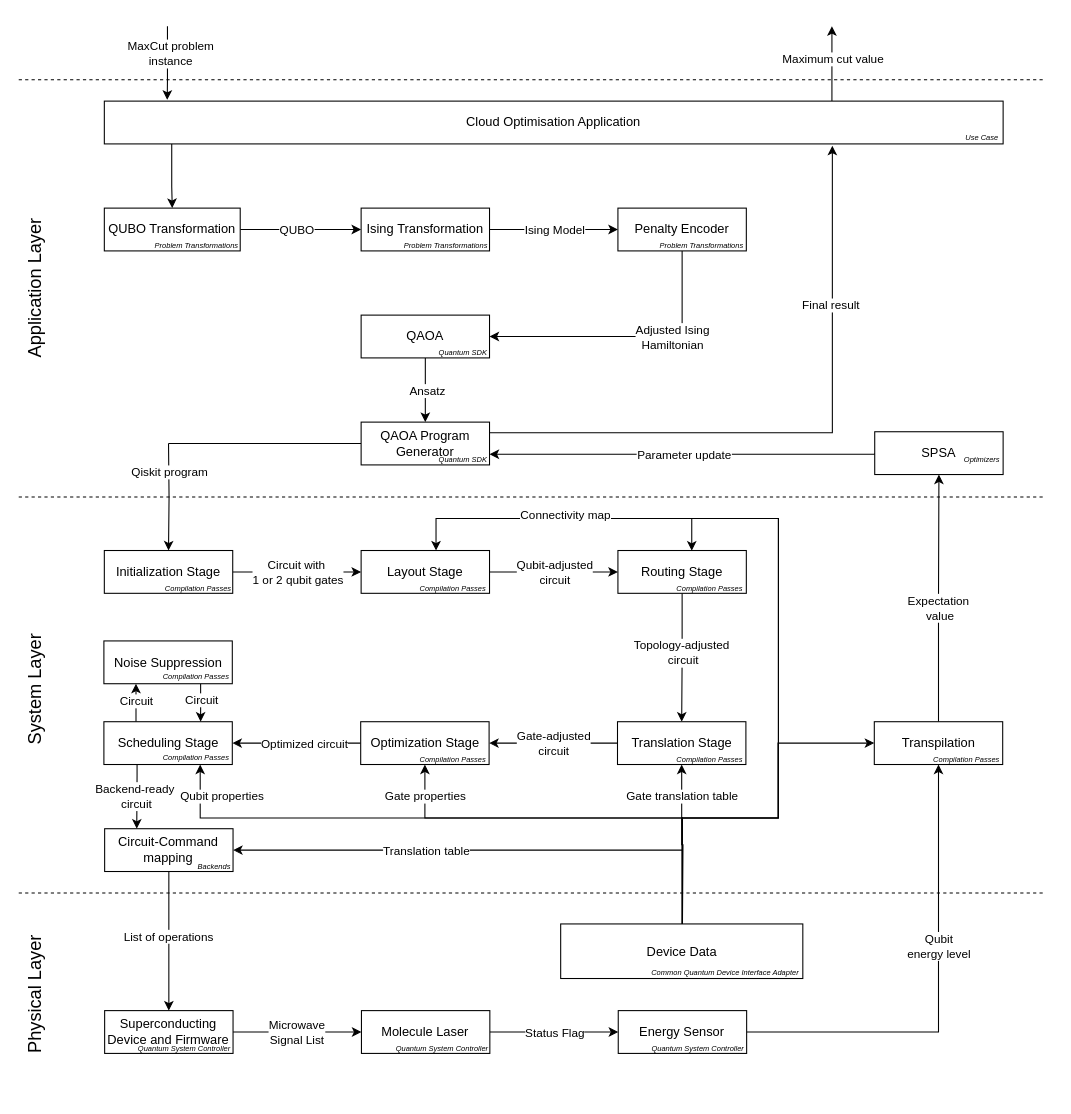
Above: page "scenario2" (2 of 4) of docs/scenario-based-analysis/images/scenarios.drawio in FullStaQD/architecture (draw.io), before the change. Source tidied: cells renumbered, new cells numbered last; positions are measured from the earlier drawing's top-left corner, leaving out a move shared by most shapes. Both pictures are drawn from the tidied source at 107%, with x=0, y=0 at pixel (-57, 26).
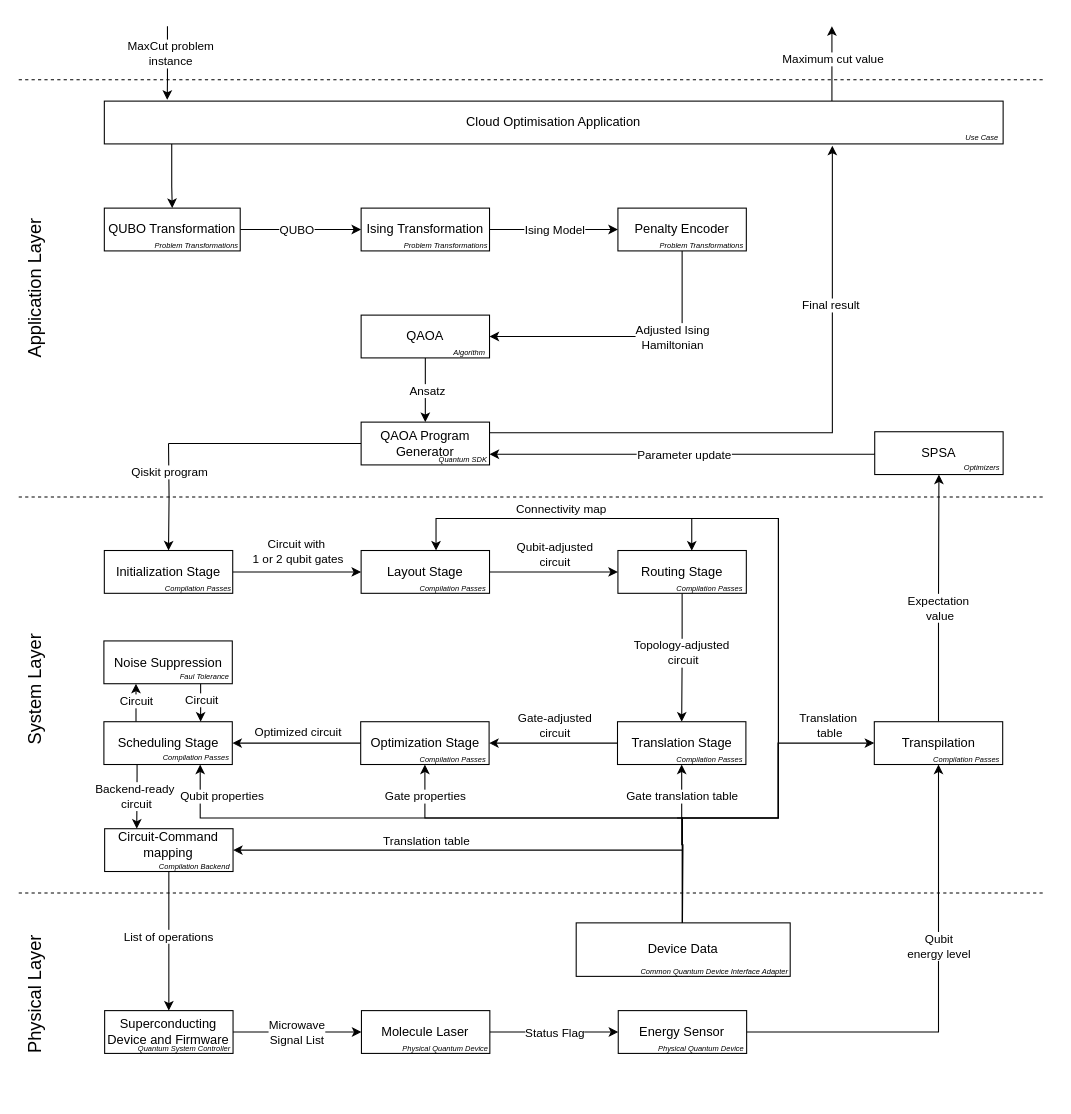
After the change.

The change refers to these unchanged cells:
```xml
<mxCell id="25" style="edgeStyle=orthogonalEdgeStyle;rounded=0;jettySize=auto;html=1;entryX=0;entryY=0.5;entryDx=0;entryDy=0;" parent="1" edge="1" source="27" target="24">
  <mxGeometry relative="1" as="geometry" />
</mxCell>
<mxCell id="28" style="edgeStyle=orthogonalEdgeStyle;rounded=0;jettySize=auto;html=1;entryX=0;entryY=0.5;entryDx=0;entryDy=0;" parent="1" edge="1" source="30" target="27">
  <mxGeometry relative="1" as="geometry" />
</mxCell>
<mxCell id="31" style="edgeStyle=orthogonalEdgeStyle;rounded=0;jettySize=auto;html=1;entryX=1;entryY=0.5;entryDx=0;entryDy=0;" parent="1" edge="1" source="33" target="36">
  <mxGeometry relative="1" as="geometry" />
</mxCell>
<mxCell id="34" style="edgeStyle=orthogonalEdgeStyle;rounded=0;jettySize=auto;html=1;entryX=1;entryY=0.5;entryDx=0;entryDy=0;" parent="1" edge="1" source="36" target="41">
  <mxGeometry relative="1" as="geometry" />
</mxCell>
<mxCell id="61" style="edgeStyle=orthogonalEdgeStyle;rounded=0;jettySize=auto;html=1;entryX=1;entryY=0.5;entryDx=0;entryDy=0;" parent="1" edge="1" target="80">
  <mxGeometry relative="1" as="geometry">
    <mxPoint x="690.3" y="840" as="sourcePoint" />
    <Array as="points">
      <mxPoint x="690.6" y="770" />
    </Array>
  </mxGeometry>
</mxCell>
<mxCell id="68" style="edgeStyle=orthogonalEdgeStyle;rounded=0;jettySize=auto;html=1;entryX=0.575;entryY=0.005;entryDx=0;entryDy=0;entryPerimeter=0;" parent="1" edge="1" target="24">
  <mxGeometry relative="1" as="geometry">
    <mxPoint x="690.3" y="840" as="sourcePoint" />
    <Array as="points">
      <mxPoint x="690" y="740" />
      <mxPoint x="780" y="740" />
      <mxPoint x="780" y="460" />
      <mxPoint x="699" y="460" />
    </Array>
  </mxGeometry>
</mxCell>
```

Diff of the diagram source:
```diff
@@
     <mxCell id="26" value="Qubit-adjusted&lt;div&gt;circuit&lt;/div&gt;" style="edgeLabel;html=1;align=center;verticalAlign=middle;" parent="25" vertex="1">
       <mxGeometry x="-0.17" relative="1" as="geometry">
-        <mxPoint x="10" as="offset" />
+        <mxPoint x="10" y="-17" as="offset" />
       </mxGeometry>
     </mxCell>
@@
     <mxCell id="29" value="Circuit with&amp;nbsp;&lt;div&gt;1 or 2 qubit gates&lt;/div&gt;" style="edgeLabel;html=1;align=center;verticalAlign=middle;" parent="28" vertex="1">
       <mxGeometry x="0.11" y="-3" relative="1" as="geometry">
-        <mxPoint x="-7" y="-3" as="offset" />
+        <mxPoint x="-7" y="-23" as="offset" />
       </mxGeometry>
     </mxCell>
@@
     <mxCell id="32" value="Gate-adjusted&lt;div&gt;circuit&lt;/div&gt;" style="edgeLabel;html=1;align=center;verticalAlign=middle;" parent="31" vertex="1">
       <mxGeometry x="0.17" y="4" relative="1" as="geometry">
-        <mxPoint x="10" y="-4" as="offset" />
+        <mxPoint x="11" y="-21" as="offset" />
       </mxGeometry>
     </mxCell>
@@
     <mxCell id="35" value="Optimized circuit" style="edgeLabel;html=1;align=center;verticalAlign=middle;" parent="34" vertex="1">
       <mxGeometry x="-0.11" y="1" relative="1" as="geometry">
-        <mxPoint y="-1" as="offset" />
+        <mxPoint x="-6" y="-12" as="offset" />
       </mxGeometry>
     </mxCell>
@@
     <mxCell id="55" style="edgeStyle=orthogonalEdgeStyle;rounded=0;orthogonalLoop=1;jettySize=auto;html=1;entryX=0.5;entryY=0;entryDx=0;entryDy=0;" parent="1" edge="1">
       <mxGeometry relative="1" as="geometry">
-        <mxPoint x="690" y="839.8" as="sourcePoint" />
+        <mxPoint x="685.3" y="740" as="sourcePoint" />
         <mxPoint x="460" y="490" as="targetPoint" />
         <Array as="points">
-          <mxPoint x="690" y="840" />
           <mxPoint x="690" y="740" />
           <mxPoint x="780" y="740" />
           <mxPoint x="780" y="460" />
           <mxPoint x="460" y="460" />
         </Array>
       </mxGeometry>
     </mxCell>
@@
     <mxCell id="62" value="Translation table" style="edgeLabel;html=1;align=center;verticalAlign=middle;" parent="61" vertex="1">
       <mxGeometry x="0.33" y="-2" relative="1" as="geometry">
-        <mxPoint x="16" y="2" as="offset" />
+        <mxPoint x="16" y="-7" as="offset" />
       </mxGeometry>
     </mxCell>
@@
     <mxCell id="69" value="Connectivity map" style="edgeLabel;html=1;align=center;verticalAlign=middle;" parent="68" vertex="1">
       <mxGeometry x="0.93" y="1" relative="1" as="geometry">
-        <mxPoint x="-120" y="-14" as="offset" />
+        <mxPoint x="-124" y="-20" as="offset" />
       </mxGeometry>
     </mxCell>
@@
-    <mxCell id="80" value="Circuit-Command&lt;div&gt;mapping&lt;/div&gt;" style="rounded=0;whiteSpace=wrap;html=1;" parent="1" vertex="1">
+    <mxCell id="80" style="rounded=0;whiteSpace=wrap;html=1;align=center;" parent="1" vertex="1">
       <mxGeometry x="150.3" y="750" width="120" height="40" as="geometry" />
     </mxCell>
@@
-    <mxCell id="89" value="&lt;i&gt;&lt;font style=&quot;font-size: 7px;&quot;&gt;Quantum SDK&lt;/font&gt;&lt;/i&gt;" style="text;html=1;whiteSpace=wrap;strokeColor=none;fillColor=none;align=center;verticalAlign=middle;rounded=0;" parent="1" vertex="1">
-      <mxGeometry x="428" y="296" width="114.7" height="16" as="geometry" />
+    <mxCell id="89" value="&lt;i&gt;&lt;font style=&quot;font-size: 7px;&quot;&gt;Algorithm&lt;/font&gt;&lt;/i&gt;" style="text;html=1;whiteSpace=wrap;strokeColor=none;fillColor=none;align=center;verticalAlign=middle;rounded=0;" parent="1" vertex="1">
+      <mxGeometry x="434" y="296" width="114.7" height="16" as="geometry" />
     </mxCell>
@@
     <mxCell id="91" value="&lt;i&gt;&lt;font style=&quot;font-size: 7px;&quot;&gt;Optimizers&lt;/font&gt;&lt;/i&gt;" style="text;html=1;whiteSpace=wrap;strokeColor=none;fillColor=none;align=center;verticalAlign=middle;rounded=0;" parent="1" vertex="1">
-      <mxGeometry x="913.1" y="396" width="114.7" height="16" as="geometry" />
+      <mxGeometry x="913.1" y="403" width="114.7" height="16" as="geometry" />
     </mxCell>
@@
-    <mxCell id="98" value="&lt;font style=&quot;font-size: 7px;&quot;&gt;&lt;i&gt;Compilation Passes&lt;/i&gt;&lt;/font&gt;" style="text;html=1;whiteSpace=wrap;strokeColor=none;fillColor=none;align=center;verticalAlign=middle;rounded=0;" parent="1" vertex="1">
-      <mxGeometry x="201.6" y="592" width="68" height="30" as="geometry" />
+    <mxCell id="98" value="&lt;font style=&quot;font-size: 7px;&quot;&gt;&lt;i&gt;Faul Tolerance&lt;/i&gt;&lt;/font&gt;" style="text;html=1;whiteSpace=wrap;strokeColor=none;fillColor=none;align=center;verticalAlign=middle;rounded=0;" parent="1" vertex="1">
+      <mxGeometry x="210" y="592" width="68" height="30" as="geometry" />
     </mxCell>
-    <mxCell id="99" value="&lt;font style=&quot;font-size: 7px;&quot;&gt;&lt;i&gt;Backends&lt;/i&gt;&lt;/font&gt;" style="text;html=1;whiteSpace=wrap;strokeColor=none;fillColor=none;align=center;verticalAlign=middle;rounded=0;" parent="1" vertex="1">
-      <mxGeometry x="219" y="769" width="68" height="30" as="geometry" />
+    <mxCell id="99" value="&lt;font style=&quot;font-size: 7px;&quot;&gt;&lt;i&gt;Compilation Backend&lt;/i&gt;&lt;/font&gt;" style="text;html=1;whiteSpace=wrap;strokeColor=none;fillColor=none;align=center;verticalAlign=middle;rounded=0;" parent="1" vertex="1">
+      <mxGeometry x="182" y="769" width="105" height="30" as="geometry" />
     </mxCell>
@@
-    <mxCell id="101" value="&lt;font style=&quot;font-size: 7px;&quot;&gt;&lt;i&gt;Quantum System Controller&lt;/i&gt;&lt;/font&gt;" style="text;html=1;whiteSpace=wrap;strokeColor=none;fillColor=none;align=center;verticalAlign=middle;rounded=0;" parent="1" vertex="1">
-      <mxGeometry x="404" y="939" width="124" height="30" as="geometry" />
+    <mxCell id="101" value="&lt;i style=&quot;font-size: 7px;&quot;&gt;Physical Quantum Device&lt;/i&gt;" style="text;html=1;whiteSpace=wrap;strokeColor=none;fillColor=none;align=center;verticalAlign=middle;rounded=0;" parent="1" vertex="1">
+      <mxGeometry x="407.4" y="939" width="124" height="30" as="geometry" />
     </mxCell>
-    <mxCell id="102" value="&lt;font style=&quot;font-size: 7px;&quot;&gt;&lt;i&gt;Quantum System Controller&lt;/i&gt;&lt;/font&gt;" style="text;html=1;whiteSpace=wrap;strokeColor=none;fillColor=none;align=center;verticalAlign=middle;rounded=0;" parent="1" vertex="1">
-      <mxGeometry x="643" y="939" width="124" height="30" as="geometry" />
+    <mxCell id="102" value="&lt;i style=&quot;font-size: 7px;&quot;&gt;Physical Quantum Device&lt;/i&gt;" style="text;html=1;whiteSpace=wrap;strokeColor=none;fillColor=none;align=center;verticalAlign=middle;rounded=0;" parent="1" vertex="1">
+      <mxGeometry x="646.4" y="939" width="124" height="30" as="geometry" />
     </mxCell>
+    <mxCell id="105" value="&lt;font style=&quot;font-size: 7px;&quot;&gt;&lt;i&gt;Compilation Passes&lt;/i&gt;&lt;/font&gt;" style="text;html=1;whiteSpace=wrap;strokeColor=none;fillColor=none;align=center;verticalAlign=middle;rounded=0;" parent="1" vertex="1">
+      <mxGeometry x="922" y="669" width="68" height="30" as="geometry" />
+    </mxCell>
+    <mxCell id="106" value="&lt;font&gt;Circuit-Command&lt;/font&gt;&lt;div&gt;&lt;font&gt;mapping&lt;/font&gt;&lt;/div&gt;" style="text;html=1;whiteSpace=wrap;strokeColor=none;fillColor=none;align=center;verticalAlign=middle;rounded=0;" parent="1" vertex="1">
+      <mxGeometry x="154.3" y="750" width="112" height="30" as="geometry" />
+    </mxCell>
+    <mxCell id="107" value="Translation&amp;nbsp;&lt;div&gt;table&lt;/div&gt;" style="edgeLabel;html=1;align=center;verticalAlign=middle;" parent="1" vertex="1">
+      <mxGeometry x="827" y="653" as="geometry" />
+    </mxCell>
     <mxCell id="103" value="Device Data" style="rounded=0;whiteSpace=wrap;html=1;" parent="1" vertex="1">
-      <mxGeometry x="576.5" y="839" width="226.3" height="51" as="geometry" />
+      <mxGeometry x="591" y="838" width="200" height="50" as="geometry" />
     </mxCell>
     <mxCell id="104" value="&lt;font style=&quot;font-size: 7px;&quot;&gt;&lt;i&gt;Common Quantum Device Interface Adapter&lt;/i&gt;&lt;/font&gt;" style="text;html=1;whiteSpace=wrap;strokeColor=none;fillColor=none;align=center;verticalAlign=middle;rounded=0;" parent="1" vertex="1">
-      <mxGeometry x="650" y="868" width="161" height="30" as="geometry" />
+      <mxGeometry x="639.6" y="867" width="161" height="30" as="geometry" />
     </mxCell>
-    <mxCell id="105" value="&lt;font style=&quot;font-size: 7px;&quot;&gt;&lt;i&gt;Compilation Passes&lt;/i&gt;&lt;/font&gt;" style="text;html=1;whiteSpace=wrap;strokeColor=none;fillColor=none;align=center;verticalAlign=middle;rounded=0;" parent="1" vertex="1">
-      <mxGeometry x="922" y="669" width="68" height="30" as="geometry" />
-    </mxCell>
```
